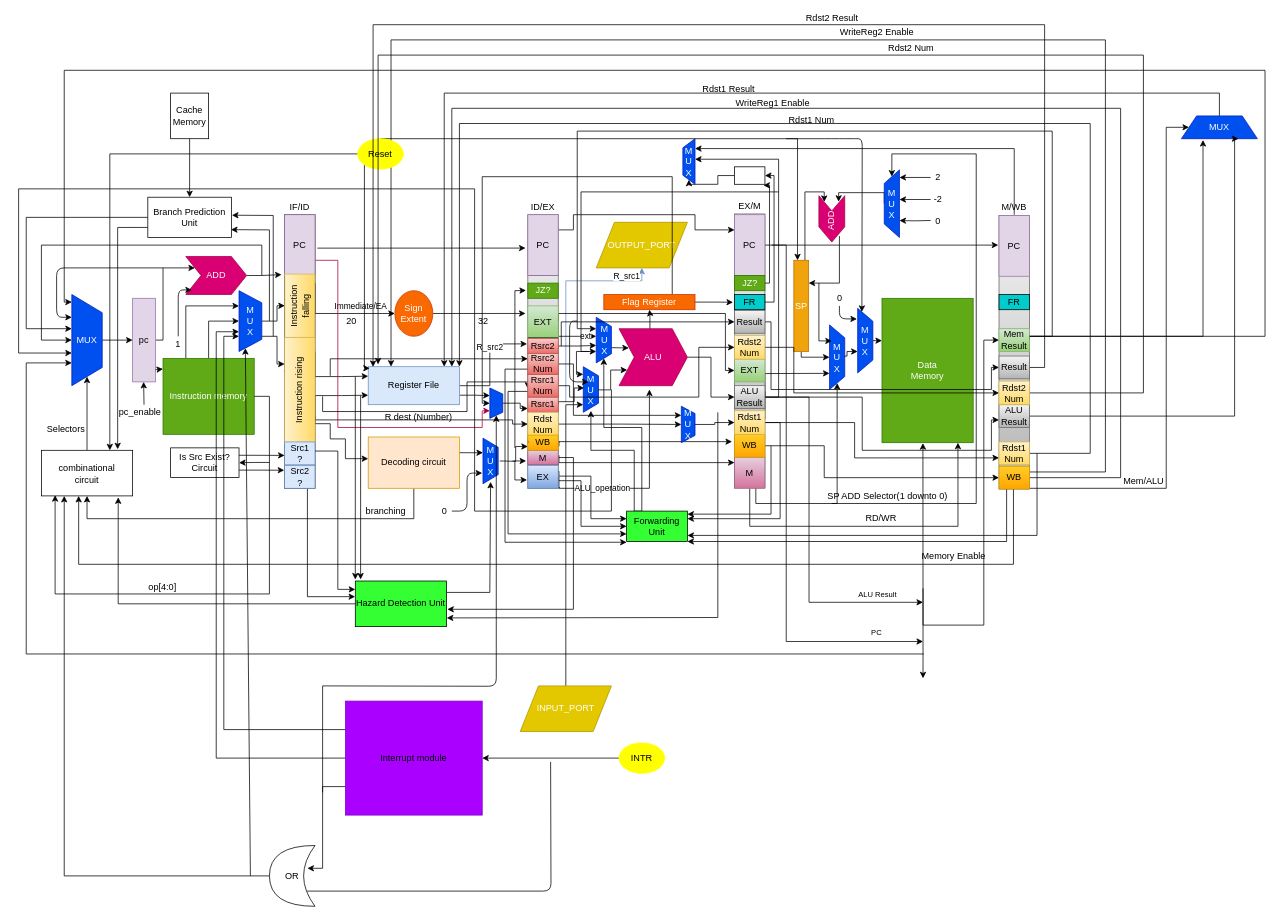
The draw.io diagram Updated Design.drawio in Amr-Aboshama/Pipelined-Processor-Architecture, before the edit. Source tidied: cells renumbered, new cells numbered last; positions are measured from the earlier drawing's top-left corner, leaving out a move shared by most shapes. Both pictures are drawn from the tidied source at 76%, with x=0, y=0 at pixel (18, 24).
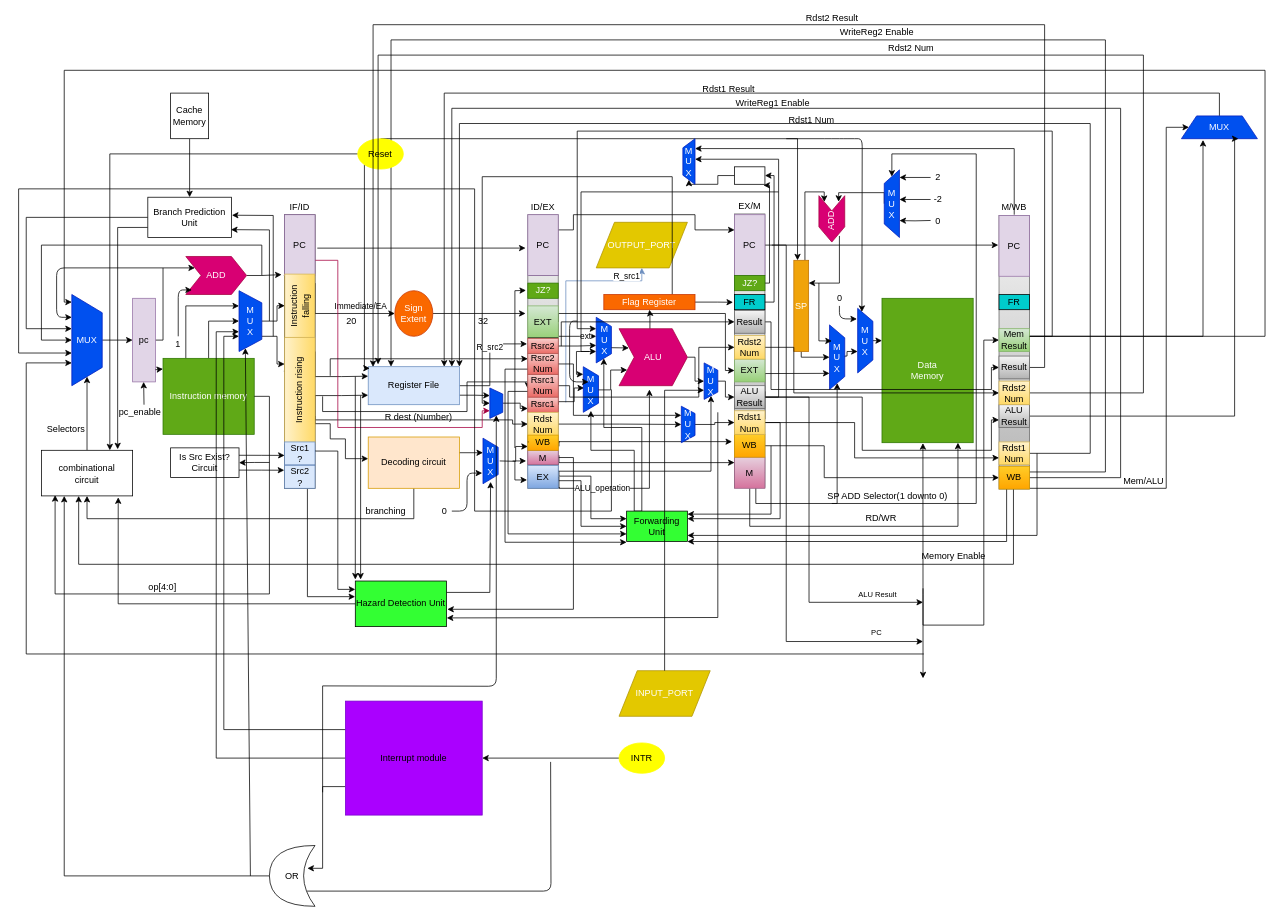
The same page after the edit.

The change refers to these unchanged cells:
```xml
<mxCell id="64" value="EX" style="text;html=1;align=center;verticalAlign=middle;whiteSpace=wrap;rounded=0;gradientColor=#7ea6e0;fillColor=#dae8fc;strokeColor=#6c8ebf;" parent="1" vertex="1">
  <mxGeometry x="670" y="580" width="40" height="30" as="geometry" />
</mxCell>
<mxCell id="77" value="ALU" style="shape=step;perimeter=stepPerimeter;whiteSpace=wrap;html=1;fixedSize=1;fillColor=#d80073;strokeColor=#A50040;fontColor=#ffffff;" parent="1" vertex="1">
  <mxGeometry x="790" y="400" width="90" height="75" as="geometry" />
</mxCell>
<mxCell id="138" value="ALU Result" style="text;html=1;strokeColor=#666666;fillColor=#f5f5f5;align=center;verticalAlign=middle;whiteSpace=wrap;rounded=0;gradientColor=#b3b3b3;" parent="1" vertex="1">
  <mxGeometry x="942" y="475" width="40" height="30" as="geometry" />
</mxCell>
```

Diff of the diagram source:
```diff
@@
+    <mxCell id="260" style="edgeStyle=orthogonalEdgeStyle;rounded=0;jettySize=auto;html=1;exitX=1;exitY=0.25;exitDx=0;exitDy=0;entryX=1;entryY=0.5;entryDx=0;entryDy=0;" parent="1" edge="1" source="64" target="263">
+      <mxGeometry relative="1" as="geometry" />
+    </mxCell>
@@
-    <mxCell id="76" style="edgeStyle=orthogonalEdgeStyle;rounded=0;jettySize=auto;html=1;exitX=1;exitY=0.5;exitDx=0;exitDy=0;entryX=0;entryY=0.5;entryDx=0;entryDy=0;endSize=6;strokeWidth=1;" parent="1" edge="1" source="77" target="138">
-      <mxGeometry relative="1" as="geometry" />
-    </mxCell>
+    <mxCell id="261" style="edgeStyle=orthogonalEdgeStyle;rounded=0;jettySize=auto;html=1;exitX=1;exitY=0.5;exitDx=0;exitDy=0;entryX=0.5;entryY=1;entryDx=0;entryDy=0;" parent="1" edge="1" source="77" target="263">
+      <mxGeometry relative="1" as="geometry">
+        <Array as="points">
+          <mxPoint x="890" y="438" />
+          <mxPoint x="890" y="469" />
+        </Array>
+      </mxGeometry>
+    </mxCell>
@@
-    <mxCell id="167" style="edgeStyle=orthogonalEdgeStyle;rounded=0;jettySize=auto;html=1;exitX=0.5;exitY=0;exitDx=0;exitDy=0;" parent="1" edge="1" source="168">
-      <mxGeometry relative="1" as="geometry">
-        <mxPoint x="743" y="500" as="targetPoint" />
-        <Array as="points">
-          <mxPoint x="720" y="500" />
-          <mxPoint x="743" y="500" />
-        </Array>
-      </mxGeometry>
-    </mxCell>
     <mxCell id="168" value="INPUT_PORT" style="shape=parallelogram;perimeter=parallelogramPerimeter;whiteSpace=wrap;html=1;fillColor=#e3c800;strokeColor=#B09500;fontColor=#ffffff;" parent="1" vertex="1">
-      <mxGeometry x="660" y="870" width="120" height="60" as="geometry" />
+      <mxGeometry x="790" y="850" width="120" height="60" as="geometry" />
     </mxCell>
@@
+    <mxCell id="262" style="edgeStyle=orthogonalEdgeStyle;rounded=0;jettySize=auto;html=1;exitX=0.5;exitY=0;exitDx=0;exitDy=0;entryX=0;entryY=0.5;entryDx=0;entryDy=0;" parent="1" edge="1" source="263" target="138">
+      <mxGeometry relative="1" as="geometry">
+        <Array as="points">
+          <mxPoint x="930" y="469" />
+          <mxPoint x="930" y="490" />
+        </Array>
+      </mxGeometry>
+    </mxCell>
+    <mxCell id="263" value="M&lt;br&gt;U&lt;br&gt;X" style="shape=trapezoid;perimeter=trapezoidPerimeter;whiteSpace=wrap;html=1;direction=south;fillColor=#0050ef;strokeColor=#001DBC;fontColor=#ffffff;" parent="1" vertex="1">
+      <mxGeometry x="902" y="445" width="18" height="48" as="geometry" />
+    </mxCell>
+    <mxCell id="264" style="edgeStyle=orthogonalEdgeStyle;rounded=0;jettySize=auto;html=1;exitX=0.5;exitY=0;exitDx=0;exitDy=0;entryX=0.75;entryY=1;entryDx=0;entryDy=0;" parent="1" edge="1" source="168" target="263">
+      <mxGeometry relative="1" as="geometry" />
+    </mxCell>
```
